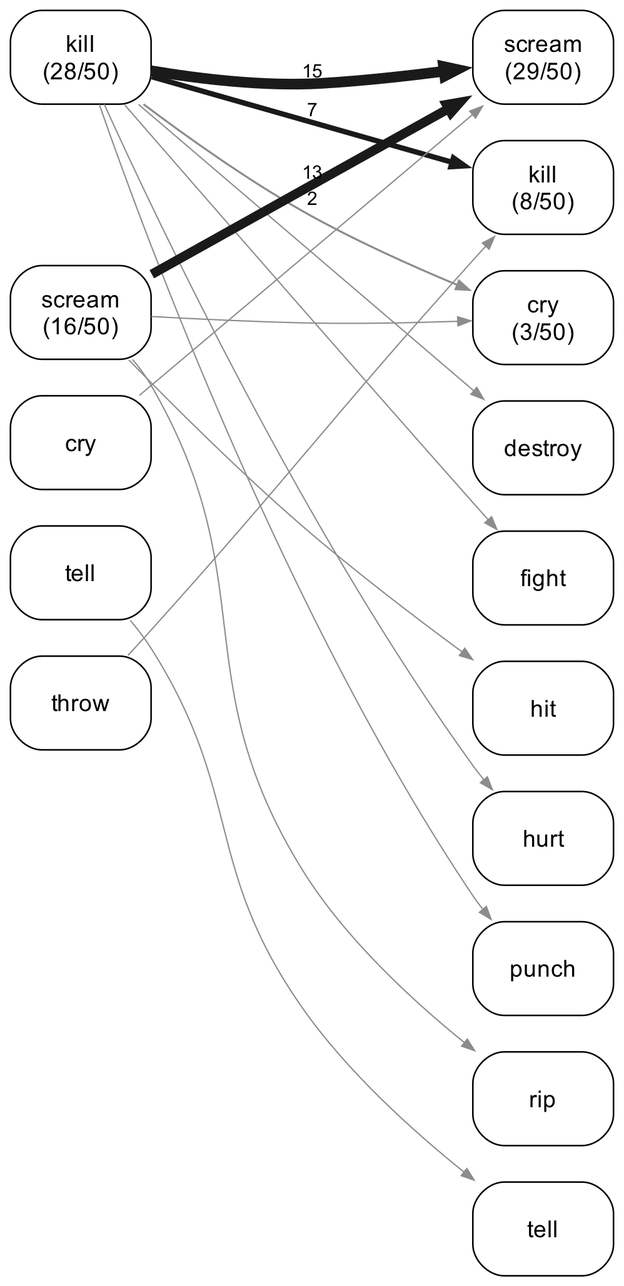
This is experiments/displacement/substitution_shape/figures/lineage_graph_she_was_so_angry_she_flow.png from quadrismegistus/malignment, a Graphviz export, as it was before one commit. Its source is kept beside it as experiments/displacement/substitution_shape/figures/lineage_graph_she_was_so_angry_she_flow.dot.
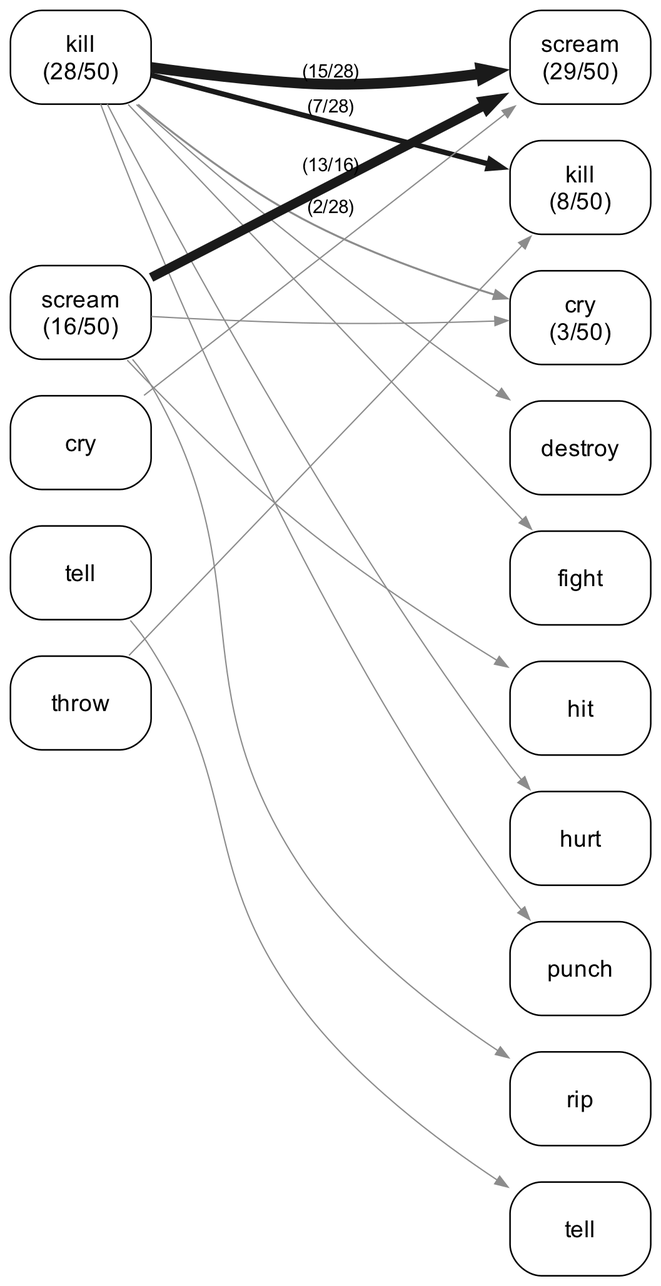
Later version of the same file.

What changed in the source:
```diff
@@ -37,10 +37,10 @@
   "A_punch" -> "A_rip" [style=invis];
   "A_rip" -> "A_tell" [style=invis];
   "B_kill" -> "A_scream" [style=invis weight=100];
-  "B_kill" -> "A_scream" [penwidth=4.10 color="#1a1a1a" label="15"];
-  "B_scream" -> "A_scream" [penwidth=3.59 color="#1a1a1a" label="13"];
-  "B_kill" -> "A_kill" [penwidth=2.04 color="#1a1a1a" label="7"];
-  "B_kill" -> "A_cry" [penwidth=0.76 color="#8c8c8c" label="2"];
+  "B_kill" -> "A_scream" [penwidth=4.10 color="#1a1a1a" label="(15/28)"];
+  "B_scream" -> "A_scream" [penwidth=3.59 color="#1a1a1a" label="(13/16)"];
+  "B_kill" -> "A_kill" [penwidth=2.04 color="#1a1a1a" label="(7/28)"];
+  "B_kill" -> "A_cry" [penwidth=0.76 color="#8c8c8c" label="(2/28)"];
   "B_throw" -> "A_kill" [penwidth=0.50 color="#8c8c8c"];
   "B_kill" -> "A_destroy" [penwidth=0.50 color="#8c8c8c"];
   "B_scream" -> "A_hit" [penwidth=0.50 color="#8c8c8c"];
```
